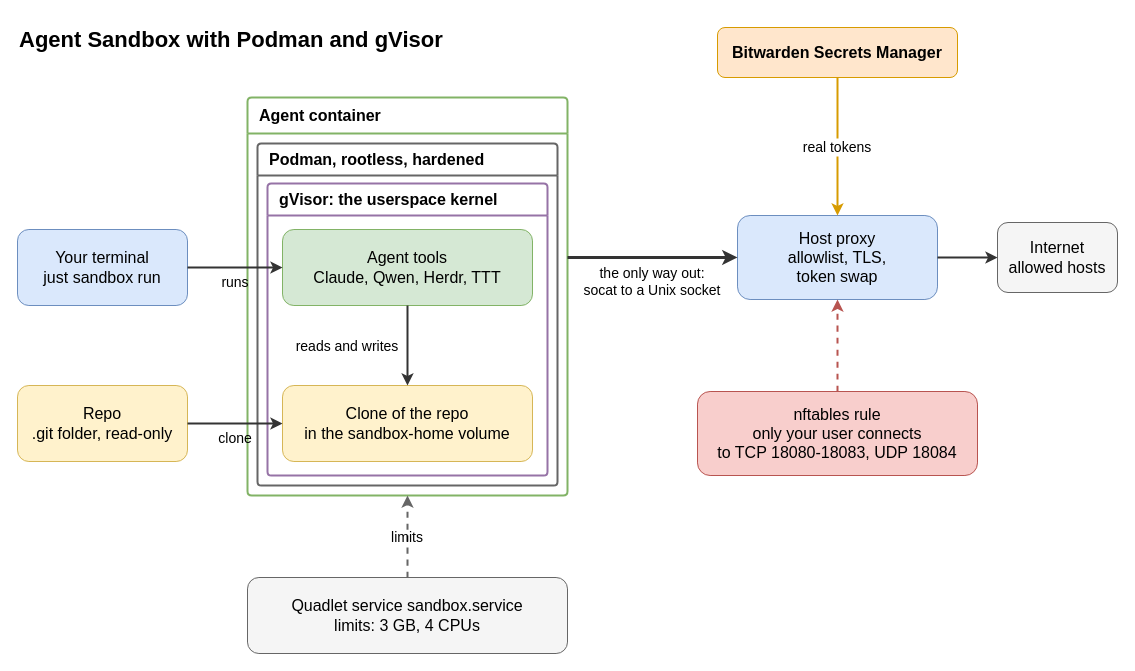
raghav19/engineersdaybook keeps this draw.io diagram as .sandbox/docs/diagrams/architecture.drawio. Above is the earlier version. Source tidied: cells renumbered, new cells numbered last; positions are measured from the earlier drawing's top-left corner, leaving out a move shared by most shapes. Both pictures are drawn from the tidied source at 100%, with x=0, y=0 at pixel (17, 17).
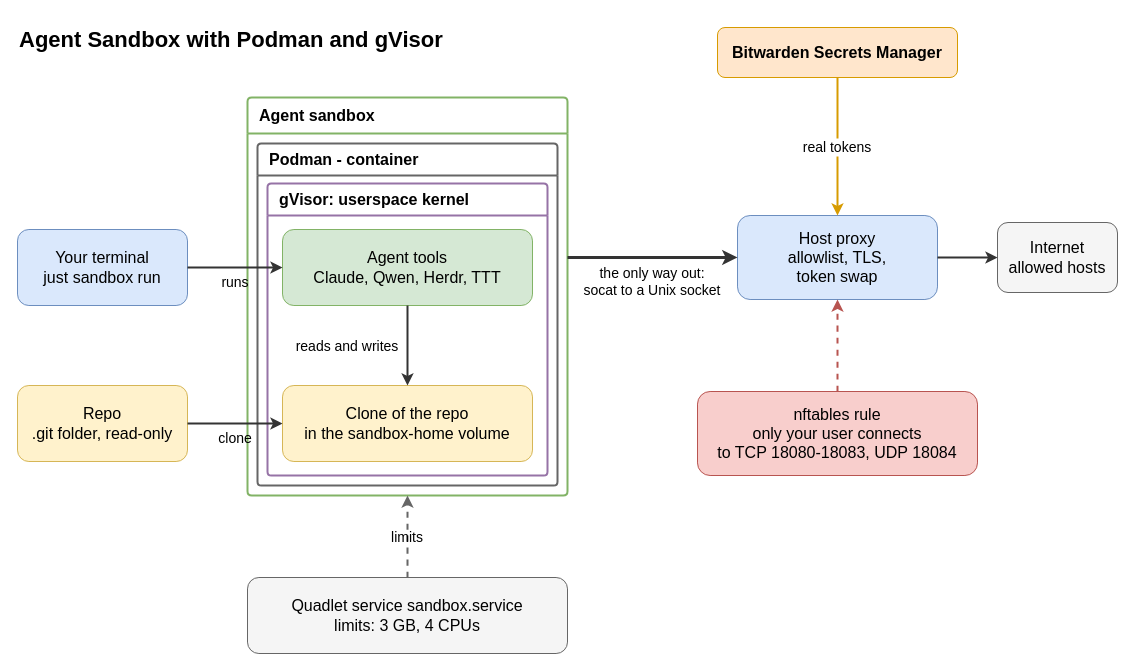
Above is the later version.

Commit message (it also covers changes not shown here):
sandbox: rename the boxes of the architecture diagram

The edit, as a diff of the source:
```diff
@@
-    <mxCell id="6" value="Agent container" style="swimlane;rounded=1;arcSize=4;startSize=36;whiteSpace=wrap;html=0;fontSize=16;fillColor=#ffffff;strokeColor=#82b366;align=left;spacingLeft=10;strokeWidth=2;" parent="1" vertex="1">
+    <mxCell id="6" value="Agent sandbox" style="swimlane;rounded=1;arcSize=4;startSize=36;whiteSpace=wrap;html=0;fontSize=16;fillColor=#ffffff;strokeColor=#82b366;align=left;spacingLeft=10;strokeWidth=2;" parent="1" vertex="1">
       <mxGeometry x="230" y="80" width="320" height="398" as="geometry" />
     </mxCell>
-    <mxCell id="7" value="Podman, rootless, hardened" style="swimlane;rounded=1;arcSize=4;startSize=32;whiteSpace=wrap;html=0;fontSize=16;fillColor=#ffffff;strokeColor=#666666;align=left;spacingLeft=10;strokeWidth=2;" parent="1" vertex="1">
+    <mxCell id="7" value="Podman - container" style="swimlane;rounded=1;arcSize=4;startSize=32;whiteSpace=wrap;html=0;fontSize=16;fillColor=#ffffff;strokeColor=#666666;align=left;spacingLeft=10;strokeWidth=2;" parent="1" vertex="1">
       <mxGeometry x="240" y="126" width="300" height="342" as="geometry" />
     </mxCell>
-    <mxCell id="8" value="gVisor: the userspace kernel" style="swimlane;rounded=1;arcSize=4;startSize=32;whiteSpace=wrap;html=0;fontSize=16;fillColor=#ffffff;strokeColor=#9673a6;align=left;spacingLeft=10;strokeWidth=2;" parent="1" vertex="1">
+    <mxCell id="8" value="gVisor: userspace kernel" style="swimlane;rounded=1;arcSize=4;startSize=32;whiteSpace=wrap;html=0;fontSize=16;fillColor=#ffffff;strokeColor=#9673a6;align=left;spacingLeft=10;strokeWidth=2;" parent="1" vertex="1">
       <mxGeometry x="250" y="166" width="280" height="292" as="geometry" />
     </mxCell>
```
